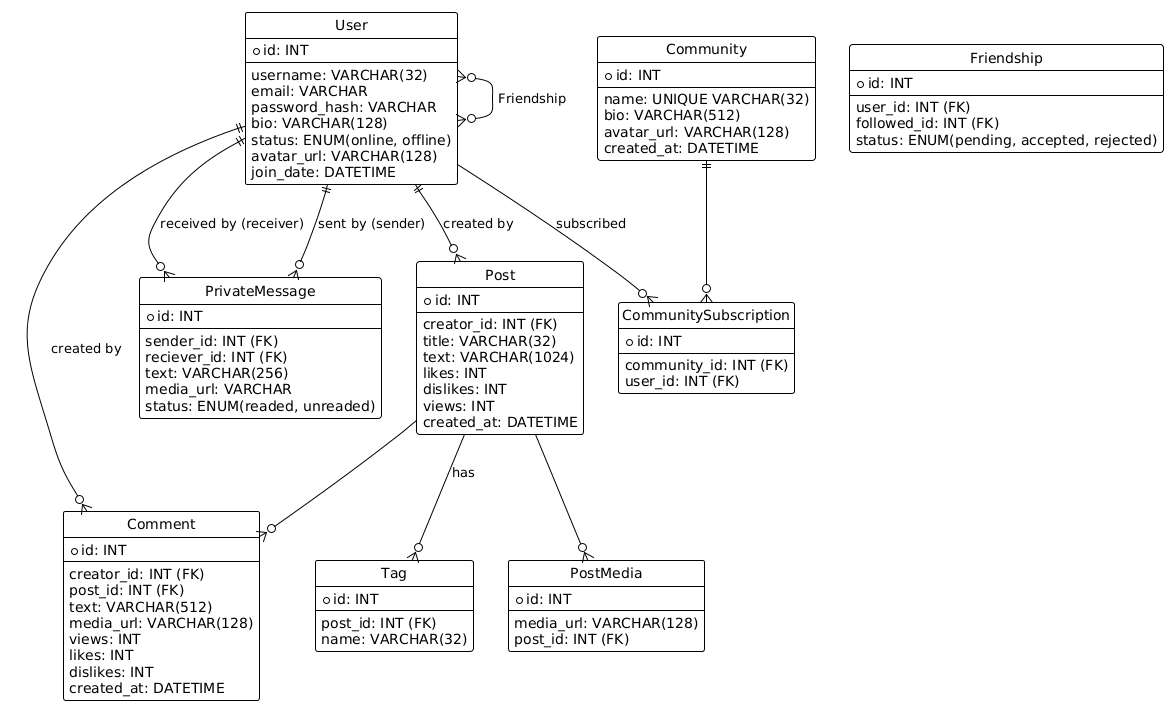
Before: docs/ERD diagrams/PlantUML/plantuml.png, a diagram exported from PlantUML (fakeowl1/microblog-api).
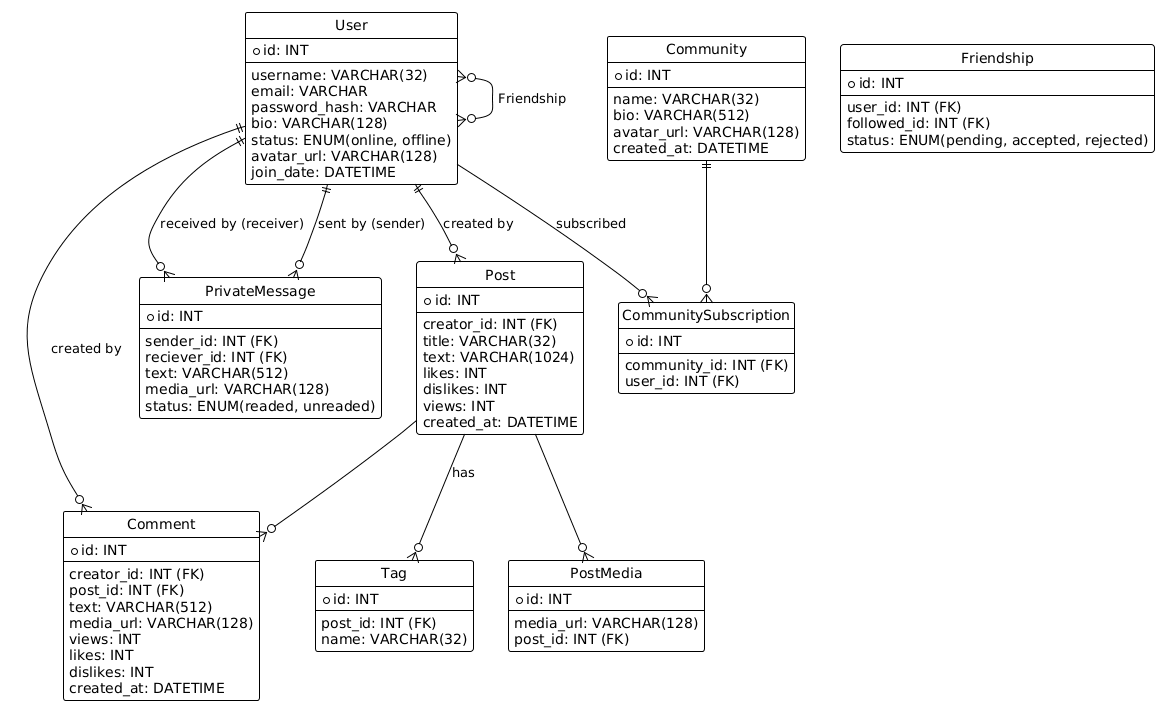
After the commit.

Diff of the diagram source:
```diff
@@ -1,4 +1,5 @@
 @startuml
+
 hide circle
 !theme plain
 
@@ -56,7 +57,7 @@
 entity "Community" as Community {
   *id: INT
   --
-  name: UNIQUE VARCHAR(32)
+  name: VARCHAR(32)
   bio: VARCHAR(512)
   avatar_url: VARCHAR(128)
   created_at: DATETIME
@@ -82,8 +83,8 @@
   --
   sender_id: INT (FK)
   reciever_id: INT (FK)
-  text: VARCHAR(256)
-  media_url: VARCHAR
+  text: VARCHAR(512)
+  media_url: VARCHAR(128)
   status: ENUM(readed, unreaded)
 }
 
```
